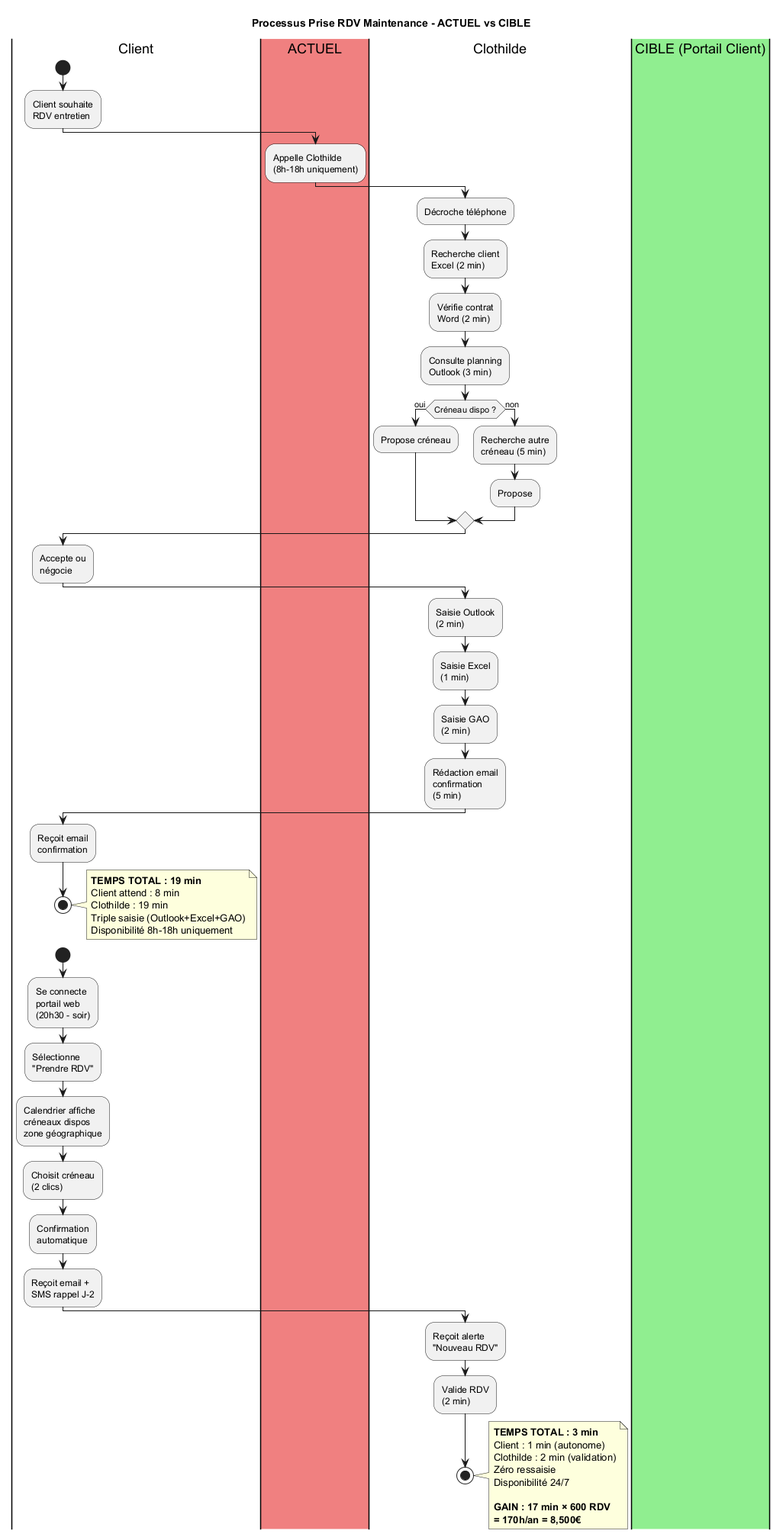
JordanSerafini/Audit_Duret keeps this PlantUML diagram as Services/Maintenance-Technique/uml/png/Activity_Prise_RDV.png. Above is the earlier version.
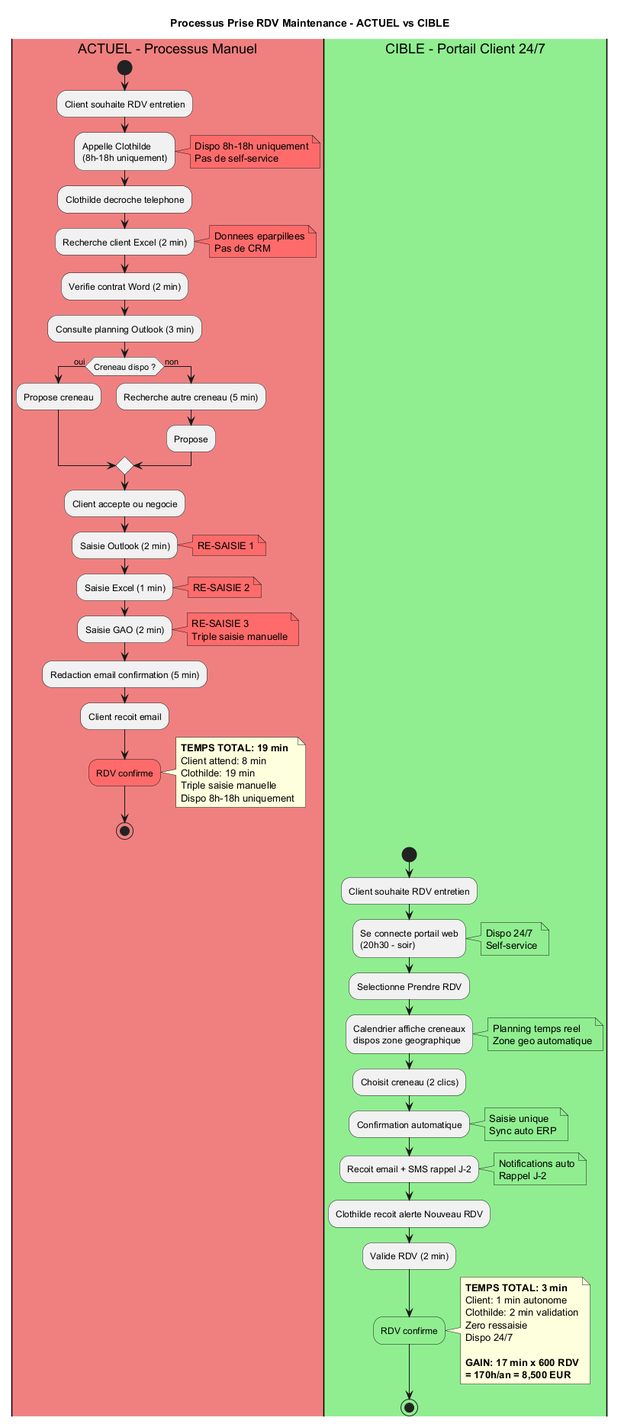
After the commit.

Change to the diagram source:
```diff
@@ -2,79 +2,103 @@
 
 title Processus Prise RDV Maintenance - ACTUEL vs CIBLE
 
-|Client|
+|#LightCoral|ACTUEL - Processus Manuel|
 start
-:Client souhaite\nRDV entretien;
+:Client souhaite RDV entretien;
+:Appelle Clothilde\n(8h-18h uniquement);
+note right #FF6B6B
+  Dispo 8h-18h uniquement
+  Pas de self-service
+end note
 
-|#LightCoral|ACTUEL|
-:Appelle Clothilde\n(8h-18h uniquement);
+:Clothilde decroche telephone;
+:Recherche client Excel (2 min);
+note right #FF6B6B
+  Donnees eparpillees
+  Pas de CRM
+end note
 
-|Clothilde|
-:Décroche téléphone;
-:Recherche client\nExcel (2 min);
-:Vérifie contrat\nWord (2 min);
-:Consulte planning\nOutlook (3 min);
+:Verifie contrat Word (2 min);
+:Consulte planning Outlook (3 min);
 
-if (Créneau dispo ?) then (oui)
-  :Propose créneau;
+if (Creneau dispo ?) then (oui)
+  :Propose creneau;
 else (non)
-  :Recherche autre\ncréneau (5 min);
+  :Recherche autre creneau (5 min);
   :Propose;
 endif
 
-|Client|
-:Accepte ou\nnégocie;
+:Client accepte ou negocie;
+:Saisie Outlook (2 min);
+note right #FF6B6B
+  RE-SAISIE 1
+end note
 
-|Clothilde|
-:Saisie Outlook\n(2 min);
-:Saisie Excel\n(1 min);
-:Saisie GAO\n(2 min);
-:Rédaction email\nconfirmation\n(5 min);
+:Saisie Excel (1 min);
+note right #FF6B6B
+  RE-SAISIE 2
+end note
 
-|Client|
-:Reçoit email\nconfirmation;
+:Saisie GAO (2 min);
+note right #FF6B6B
+  RE-SAISIE 3
+  Triple saisie manuelle
+end note
 
+:Redaction email confirmation (5 min);
+:Client recoit email;
+#FF6B6B:RDV confirme;
+note right
+  **TEMPS TOTAL: 19 min**
+  Client attend: 8 min
+  Clothilde: 19 min
+  Triple saisie manuelle
+  Dispo 8h-18h uniquement
+end note
 stop
 
-note right
-**TEMPS TOTAL : 19 min**
-Client attend : 8 min
-Clothilde : 19 min
-Triple saisie (Outlook+Excel+GAO)
-Disponibilité 8h-18h uniquement
+|#LightGreen|CIBLE - Portail Client 24/7|
+start
+:Client souhaite RDV entretien;
+:Se connecte portail web\n(20h30 - soir);
+note right #90EE90
+  Dispo 24/7
+  Self-service
 end note
 
-|#LightGreen|CIBLE (Portail Client)|
-|Client|
-start
-:Se connecte\nportail web\n(20h30 - soir);
+:Selectionne Prendre RDV;
+:Calendrier affiche creneaux\ndispos zone geographique;
+note right #90EE90
+  Planning temps reel
+  Zone geo automatique
+end note
 
-:Sélectionne\n"Prendre RDV";
+:Choisit creneau (2 clics);
+:Confirmation automatique;
+note right #90EE90
+  Saisie unique
+  Sync auto ERP
+end note
 
-:Calendrier affiche\ncréneaux dispos\nzone géographique;
+:Recoit email + SMS rappel J-2;
+note right #90EE90
+  Notifications auto
+  Rappel J-2
+end note
 
-:Choisit créneau\n(2 clics);
+:Clothilde recoit alerte Nouveau RDV;
+:Valide RDV (2 min);
+#90EE90:RDV confirme;
+note right
+  **TEMPS TOTAL: 3 min**
+  Client: 1 min autonome
+  Clothilde: 2 min validation
+  Zero ressaisie
+  Dispo 24/7
 
-:Confirmation\nautomatique;
-
-:Reçoit email +\nSMS rappel J-2;
-
-|Clothilde|
-:Reçoit alerte\n"Nouveau RDV";
-
-:Valide RDV\n(2 min);
-
+  **GAIN: 17 min x 600 RDV**
+  **= 170h/an = 8,500 EUR**
+end note
 stop
 
-note right
-**TEMPS TOTAL : 3 min**
-Client : 1 min (autonome)
-Clothilde : 2 min (validation)
-Zéro ressaisie
-Disponibilité 24/7
-
-**GAIN : 17 min × 600 RDV**
-**= 170h/an = 8,500€**
-end note
-
 @enduml
```
